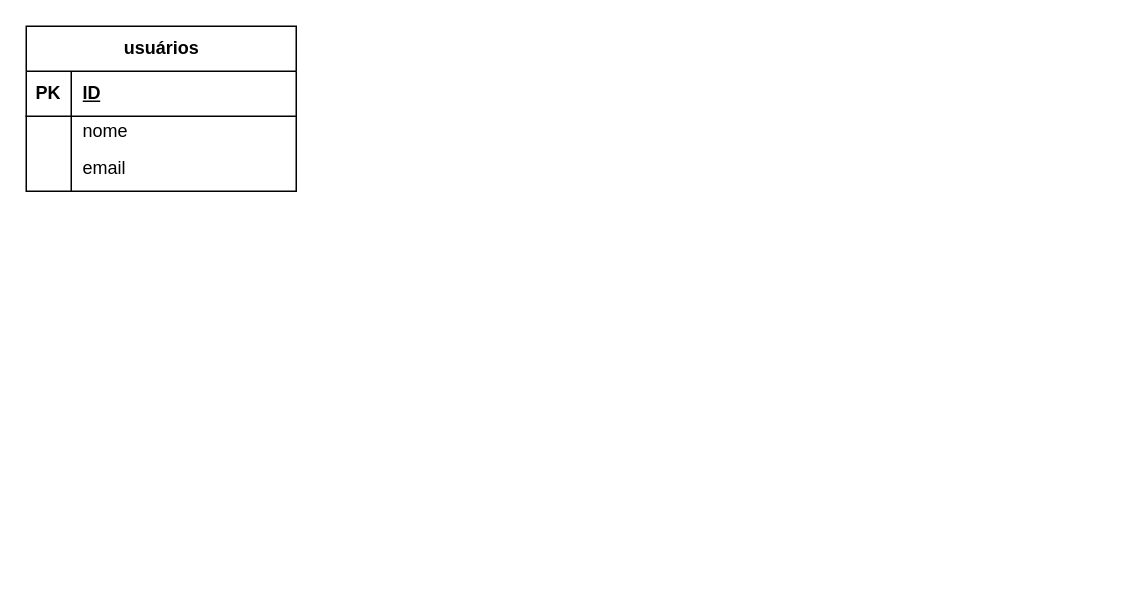
The draw.io diagram Diagrama sem nome.drawio in ktyTaii/Front-end, before the edit. Source tidied: cells renumbered, new cells numbered last; positions are measured from the earlier drawing's top-left corner, leaving out a move shared by most shapes. Both pictures are drawn from the tidied source at 150%, with x=0, y=0 at pixel (26, 26).
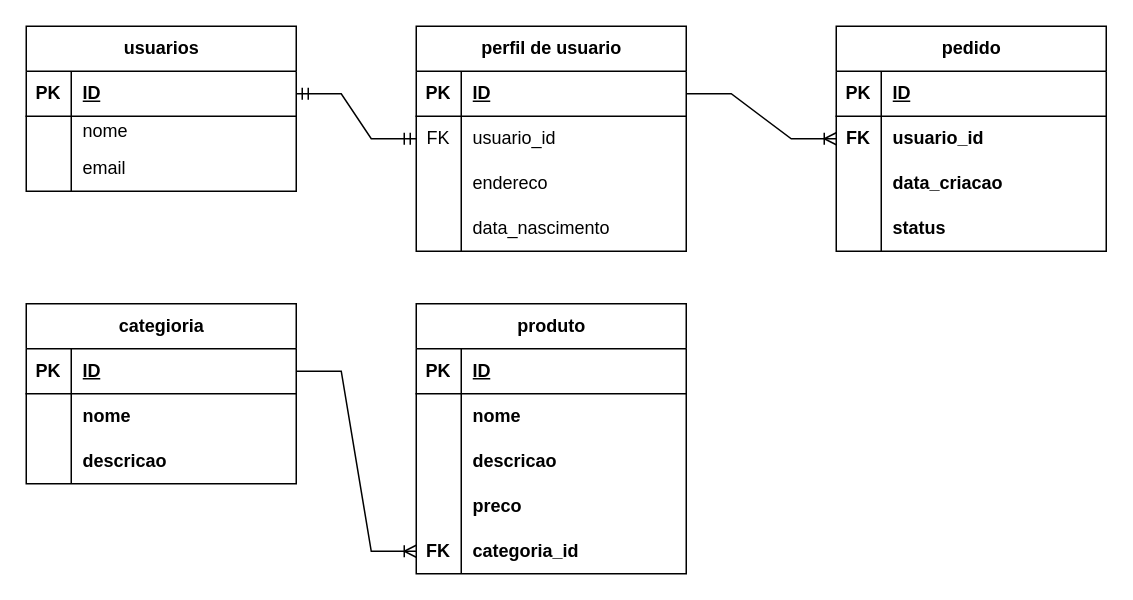
The same diagram, later.

Unchanged cells that the change refers to:
```xml
<mxCell id="3" style="shape=tableRow;horizontal=0;startSize=0;swimlaneHead=0;swimlaneBody=0;fillColor=none;points=[[0,0.5],[1,0.5]];portConstraint=eastwest;top=0;left=0;right=0;bottom=1;" parent="2" vertex="1">
  <mxGeometry y="30" width="180" height="30" as="geometry" />
</mxCell>
```

What changed in the source:
```diff
@@
-    <mxCell id="2" value="usuários" style="shape=table;startSize=30;childLayout=tableLayout;rowLines=0;fontStyle=1;align=center;html=1;" parent="1" vertex="1">
+    <mxCell id="2" value="usuarios" style="shape=table;startSize=30;childLayout=tableLayout;rowLines=0;fontStyle=1;align=center;html=1;" parent="1" vertex="1">
       <mxGeometry width="180" height="110" as="geometry" />
     </mxCell>
@@
+    <mxCell id="12" value="perfil de usuario" style="shape=table;startSize=30;childLayout=tableLayout;rowLines=0;fontStyle=1;align=center;html=1;" parent="1" vertex="1">
+      <mxGeometry x="260" width="180" height="150" as="geometry" />
+    </mxCell>
+    <mxCell id="13" style="shape=tableRow;horizontal=0;startSize=0;swimlaneHead=0;swimlaneBody=0;fillColor=none;points=[[0,0.5],[1,0.5]];portConstraint=eastwest;top=0;left=0;right=0;bottom=1;" parent="12" vertex="1">
+      <mxGeometry y="30" width="180" height="30" as="geometry" />
+    </mxCell>
+    <mxCell id="14" value="PK" style="shape=partialRectangle;fillColor=none;top=0;left=0;bottom=0;right=0;fontStyle=1;overflow=hidden;whiteSpace=wrap;html=1;" parent="13" vertex="1">
+      <mxGeometry width="30" height="30" as="geometry" />
+    </mxCell>
+    <mxCell id="15" value="ID" style="shape=partialRectangle;fillColor=none;top=0;left=0;bottom=0;right=0;align=left;spacingLeft=6;fontStyle=5;overflow=hidden;whiteSpace=wrap;html=1;" parent="13" vertex="1">
+      <mxGeometry x="30" width="150" height="30" as="geometry" />
+    </mxCell>
+    <mxCell id="16" style="shape=tableRow;horizontal=0;startSize=0;swimlaneHead=0;swimlaneBody=0;fillColor=none;top=0;left=0;right=0;bottom=0;" parent="12" vertex="1">
+      <mxGeometry y="60" width="180" height="30" as="geometry" />
+    </mxCell>
+    <mxCell id="17" value="FK" style="shape=partialRectangle;fillColor=none;top=0;left=0;bottom=0;right=0;overflow=hidden;whiteSpace=wrap;html=1;" parent="16" vertex="1">
+      <mxGeometry width="30" height="30" as="geometry" />
+    </mxCell>
+    <mxCell id="18" value="usuario_id" style="shape=partialRectangle;fillColor=none;top=0;left=0;bottom=0;right=0;align=left;spacingLeft=6;overflow=hidden;whiteSpace=wrap;html=1;" parent="16" vertex="1">
+      <mxGeometry x="30" width="150" height="30" as="geometry" />
+    </mxCell>
+    <mxCell id="19" style="shape=tableRow;horizontal=0;startSize=0;swimlaneHead=0;swimlaneBody=0;fillColor=none;top=0;left=0;right=0;bottom=0;" parent="12" vertex="1">
+      <mxGeometry y="90" width="180" height="30" as="geometry" />
+    </mxCell>
+    <mxCell id="20" style="shape=partialRectangle;fillColor=none;top=0;left=0;bottom=0;right=0;overflow=hidden;whiteSpace=wrap;html=1;" parent="19" vertex="1">
+      <mxGeometry width="30" height="30" as="geometry" />
+    </mxCell>
+    <mxCell id="21" value="endereco" style="shape=partialRectangle;fillColor=none;top=0;left=0;bottom=0;right=0;align=left;spacingLeft=6;overflow=hidden;whiteSpace=wrap;html=1;" parent="19" vertex="1">
+      <mxGeometry x="30" width="150" height="30" as="geometry" />
+    </mxCell>
+    <mxCell id="22" style="shape=tableRow;horizontal=0;startSize=0;swimlaneHead=0;swimlaneBody=0;fillColor=none;top=0;left=0;right=0;bottom=0;" parent="12" vertex="1">
+      <mxGeometry y="120" width="180" height="30" as="geometry" />
+    </mxCell>
+    <mxCell id="23" style="shape=partialRectangle;fillColor=none;top=0;left=0;bottom=0;right=0;overflow=hidden;whiteSpace=wrap;html=1;" parent="22" vertex="1">
+      <mxGeometry width="30" height="30" as="geometry" />
+    </mxCell>
+    <mxCell id="24" value="data_nascimento" style="shape=partialRectangle;fillColor=none;top=0;left=0;bottom=0;right=0;align=left;spacingLeft=6;overflow=hidden;whiteSpace=wrap;html=1;" parent="22" vertex="1">
+      <mxGeometry x="30" width="150" height="30" as="geometry" />
+    </mxCell>
+    <mxCell id="25" style="edgeStyle=entityRelationEdgeStyle;fontSize=12;html=1;endArrow=ERmandOne;startArrow=ERmandOne;rounded=0;entryX=0;entryY=0.5;entryDx=0;entryDy=0;exitX=1;exitY=0.5;exitDx=0;exitDy=0;" parent="1" edge="1" source="3" target="12">
+      <mxGeometry relative="1" as="geometry" />
+    </mxCell>
+    <mxCell id="26" value="categioria" style="shape=table;startSize=30;childLayout=tableLayout;rowLines=0;fontStyle=1;align=center;html=1;strokeColor=default;verticalAlign=middle;fontFamily=Helvetica;fontSize=12;fontColor=default;fillColor=default;" parent="1" vertex="1">
+      <mxGeometry y="185" width="180" height="120" as="geometry" />
+    </mxCell>
+    <mxCell id="27" style="shape=tableRow;horizontal=0;startSize=0;swimlaneHead=0;swimlaneBody=0;fillColor=none;points=[[0,0.5],[1,0.5]];portConstraint=eastwest;top=0;left=0;right=0;bottom=1;strokeColor=default;align=center;verticalAlign=middle;fontFamily=Helvetica;fontSize=12;fontColor=default;fontStyle=1;" parent="26" vertex="1">
+      <mxGeometry y="30" width="180" height="30" as="geometry" />
+    </mxCell>
+    <mxCell id="28" value="PK" style="shape=partialRectangle;fillColor=none;top=0;left=0;bottom=0;right=0;fontStyle=1;overflow=hidden;whiteSpace=wrap;html=1;strokeColor=default;align=center;verticalAlign=middle;fontFamily=Helvetica;fontSize=12;fontColor=default;" parent="27" vertex="1">
+      <mxGeometry width="30" height="30" as="geometry" />
+    </mxCell>
+    <mxCell id="29" value="ID" style="shape=partialRectangle;fillColor=none;top=0;left=0;bottom=0;right=0;align=left;spacingLeft=6;fontStyle=5;overflow=hidden;whiteSpace=wrap;html=1;strokeColor=default;verticalAlign=middle;fontFamily=Helvetica;fontSize=12;fontColor=default;" parent="27" vertex="1">
+      <mxGeometry x="30" width="150" height="30" as="geometry" />
+    </mxCell>
+    <mxCell id="30" style="shape=tableRow;horizontal=0;startSize=0;swimlaneHead=0;swimlaneBody=0;fillColor=none;top=0;left=0;right=0;bottom=0;strokeColor=default;align=center;verticalAlign=middle;fontFamily=Helvetica;fontSize=12;fontColor=default;fontStyle=1;" parent="26" vertex="1">
+      <mxGeometry y="60" width="180" height="30" as="geometry" />
+    </mxCell>
+    <mxCell id="31" style="shape=partialRectangle;fillColor=none;top=0;left=0;bottom=0;right=0;overflow=hidden;whiteSpace=wrap;html=1;strokeColor=default;align=center;verticalAlign=middle;fontFamily=Helvetica;fontSize=12;fontColor=default;fontStyle=1;" parent="30" vertex="1">
+      <mxGeometry width="30" height="30" as="geometry" />
+    </mxCell>
+    <mxCell id="32" value="nome" style="shape=partialRectangle;fillColor=none;top=0;left=0;bottom=0;right=0;align=left;spacingLeft=6;overflow=hidden;whiteSpace=wrap;html=1;strokeColor=default;verticalAlign=middle;fontFamily=Helvetica;fontSize=12;fontColor=default;fontStyle=1;" parent="30" vertex="1">
+      <mxGeometry x="30" width="150" height="30" as="geometry" />
+    </mxCell>
+    <mxCell id="33" style="shape=tableRow;horizontal=0;startSize=0;swimlaneHead=0;swimlaneBody=0;fillColor=none;top=0;left=0;right=0;bottom=0;strokeColor=default;align=center;verticalAlign=middle;fontFamily=Helvetica;fontSize=12;fontColor=default;fontStyle=1;" parent="26" vertex="1">
+      <mxGeometry y="90" width="180" height="30" as="geometry" />
+    </mxCell>
+    <mxCell id="34" style="shape=partialRectangle;fillColor=none;top=0;left=0;bottom=0;right=0;overflow=hidden;whiteSpace=wrap;html=1;strokeColor=default;align=center;verticalAlign=middle;fontFamily=Helvetica;fontSize=12;fontColor=default;fontStyle=1;" parent="33" vertex="1">
+      <mxGeometry width="30" height="30" as="geometry" />
+    </mxCell>
+    <mxCell id="35" value="descricao" style="shape=partialRectangle;fillColor=none;top=0;left=0;bottom=0;right=0;align=left;spacingLeft=6;overflow=hidden;whiteSpace=wrap;html=1;strokeColor=default;verticalAlign=middle;fontFamily=Helvetica;fontSize=12;fontColor=default;fontStyle=1;" parent="33" vertex="1">
+      <mxGeometry x="30" width="150" height="30" as="geometry" />
+    </mxCell>
+    <mxCell id="36" value="produto" style="shape=table;startSize=30;childLayout=tableLayout;rowLines=0;fontStyle=1;align=center;html=1;strokeColor=default;verticalAlign=middle;fontFamily=Helvetica;fontSize=12;fontColor=default;fillColor=default;" parent="1" vertex="1">
+      <mxGeometry x="260" y="185" width="180" height="180" as="geometry" />
+    </mxCell>
+    <mxCell id="37" style="shape=tableRow;horizontal=0;startSize=0;swimlaneHead=0;swimlaneBody=0;fillColor=none;top=0;left=0;right=0;bottom=1;strokeColor=default;align=center;verticalAlign=middle;fontFamily=Helvetica;fontSize=12;fontColor=default;fontStyle=1;" parent="36" vertex="1">
+      <mxGeometry y="30" width="180" height="30" as="geometry" />
+    </mxCell>
+    <mxCell id="38" value="PK" style="shape=partialRectangle;fillColor=none;top=0;left=0;bottom=0;right=0;fontStyle=1;overflow=hidden;whiteSpace=wrap;html=1;strokeColor=default;align=center;verticalAlign=middle;fontFamily=Helvetica;fontSize=12;fontColor=default;" parent="37" vertex="1">
+      <mxGeometry width="30" height="30" as="geometry" />
+    </mxCell>
+    <mxCell id="39" value="ID" style="shape=partialRectangle;fillColor=none;top=0;left=0;bottom=0;right=0;align=left;spacingLeft=6;fontStyle=5;overflow=hidden;whiteSpace=wrap;html=1;strokeColor=default;verticalAlign=middle;fontFamily=Helvetica;fontSize=12;fontColor=default;" parent="37" vertex="1">
+      <mxGeometry x="30" width="150" height="30" as="geometry" />
+    </mxCell>
+    <mxCell id="40" style="shape=tableRow;horizontal=0;startSize=0;swimlaneHead=0;swimlaneBody=0;fillColor=none;top=0;left=0;right=0;bottom=0;strokeColor=default;align=center;verticalAlign=middle;fontFamily=Helvetica;fontSize=12;fontColor=default;fontStyle=1;" parent="36" vertex="1">
+      <mxGeometry y="60" width="180" height="30" as="geometry" />
+    </mxCell>
+    <mxCell id="41" style="shape=partialRectangle;fillColor=none;top=0;left=0;bottom=0;right=0;overflow=hidden;whiteSpace=wrap;html=1;strokeColor=default;align=center;verticalAlign=middle;fontFamily=Helvetica;fontSize=12;fontColor=default;fontStyle=1;" parent="40" vertex="1">
+      <mxGeometry width="30" height="30" as="geometry" />
+    </mxCell>
+    <mxCell id="42" value="nome" style="shape=partialRectangle;fillColor=none;top=0;left=0;bottom=0;right=0;align=left;spacingLeft=6;overflow=hidden;whiteSpace=wrap;html=1;strokeColor=default;verticalAlign=middle;fontFamily=Helvetica;fontSize=12;fontColor=default;fontStyle=1;" parent="40" vertex="1">
+      <mxGeometry x="30" width="150" height="30" as="geometry" />
+    </mxCell>
+    <mxCell id="43" style="shape=tableRow;horizontal=0;startSize=0;swimlaneHead=0;swimlaneBody=0;fillColor=none;top=0;left=0;right=0;bottom=0;strokeColor=default;align=center;verticalAlign=middle;fontFamily=Helvetica;fontSize=12;fontColor=default;fontStyle=1;" parent="36" vertex="1">
+      <mxGeometry y="90" width="180" height="30" as="geometry" />
+    </mxCell>
+    <mxCell id="44" style="shape=partialRectangle;fillColor=none;top=0;left=0;bottom=0;right=0;overflow=hidden;whiteSpace=wrap;html=1;strokeColor=default;align=center;verticalAlign=middle;fontFamily=Helvetica;fontSize=12;fontColor=default;fontStyle=1;" parent="43" vertex="1">
+      <mxGeometry width="30" height="30" as="geometry" />
+    </mxCell>
+    <mxCell id="45" value="descricao" style="shape=partialRectangle;fillColor=none;top=0;left=0;bottom=0;right=0;align=left;spacingLeft=6;overflow=hidden;whiteSpace=wrap;html=1;strokeColor=default;verticalAlign=middle;fontFamily=Helvetica;fontSize=12;fontColor=default;fontStyle=1;" parent="43" vertex="1">
+      <mxGeometry x="30" width="150" height="30" as="geometry" />
+    </mxCell>
+    <mxCell id="46" style="shape=tableRow;horizontal=0;startSize=0;swimlaneHead=0;swimlaneBody=0;fillColor=none;top=0;left=0;right=0;bottom=0;strokeColor=default;align=center;verticalAlign=middle;fontFamily=Helvetica;fontSize=12;fontColor=default;fontStyle=1;" parent="36" vertex="1">
+      <mxGeometry y="120" width="180" height="30" as="geometry" />
+    </mxCell>
+    <mxCell id="47" style="shape=partialRectangle;fillColor=none;top=0;left=0;bottom=0;right=0;overflow=hidden;whiteSpace=wrap;html=1;strokeColor=default;align=center;verticalAlign=middle;fontFamily=Helvetica;fontSize=12;fontColor=default;fontStyle=1;" parent="46" vertex="1">
+      <mxGeometry width="30" height="30" as="geometry" />
+    </mxCell>
+    <mxCell id="48" value="preco" style="shape=partialRectangle;fillColor=none;top=0;left=0;bottom=0;right=0;align=left;spacingLeft=6;overflow=hidden;whiteSpace=wrap;html=1;strokeColor=default;verticalAlign=middle;fontFamily=Helvetica;fontSize=12;fontColor=default;fontStyle=1;" parent="46" vertex="1">
+      <mxGeometry x="30" width="150" height="30" as="geometry" />
+    </mxCell>
+    <mxCell id="49" style="shape=tableRow;horizontal=0;startSize=0;swimlaneHead=0;swimlaneBody=0;fillColor=none;points=[[0,0.5],[1,0.5]];portConstraint=eastwest;top=0;left=0;right=0;bottom=0;strokeColor=default;align=center;verticalAlign=middle;fontFamily=Helvetica;fontSize=12;fontColor=default;fontStyle=1;" parent="36" vertex="1">
+      <mxGeometry y="150" width="180" height="30" as="geometry" />
+    </mxCell>
+    <mxCell id="50" value="FK" style="shape=partialRectangle;fillColor=none;top=0;left=0;bottom=0;right=0;overflow=hidden;whiteSpace=wrap;html=1;strokeColor=default;align=center;verticalAlign=middle;fontFamily=Helvetica;fontSize=12;fontColor=default;fontStyle=1;" parent="49" vertex="1">
+      <mxGeometry width="30" height="30" as="geometry" />
+    </mxCell>
+    <mxCell id="51" value="categoria_id" style="shape=partialRectangle;fillColor=none;top=0;left=0;bottom=0;right=0;align=left;spacingLeft=6;overflow=hidden;whiteSpace=wrap;html=1;strokeColor=default;verticalAlign=middle;fontFamily=Helvetica;fontSize=12;fontColor=default;fontStyle=1;" parent="49" vertex="1">
+      <mxGeometry x="30" width="150" height="30" as="geometry" />
+    </mxCell>
+    <mxCell id="52" style="edgeStyle=entityRelationEdgeStyle;fontSize=12;html=1;endArrow=ERoneToMany;rounded=0;fontFamily=Helvetica;fontColor=default;fontStyle=1;entryX=0;entryY=0.5;entryDx=0;entryDy=0;exitX=1;exitY=0.5;exitDx=0;exitDy=0;" parent="1" edge="1" source="27" target="49">
+      <mxGeometry relative="1" as="geometry">
+        <Array as="points">
+          <mxPoint x="90" y="345" />
+        </Array>
+      </mxGeometry>
+    </mxCell>
+    <mxCell id="53" value="pedido" style="shape=table;startSize=30;childLayout=tableLayout;rowLines=0;fontStyle=1;align=center;html=1;strokeColor=default;verticalAlign=middle;fontFamily=Helvetica;fontSize=12;fontColor=default;fillColor=default;" parent="1" vertex="1">
+      <mxGeometry x="540" width="180" height="150" as="geometry" />
+    </mxCell>
+    <mxCell id="54" style="shape=tableRow;horizontal=0;startSize=0;swimlaneHead=0;swimlaneBody=0;fillColor=none;top=0;left=0;right=0;bottom=1;strokeColor=default;align=center;verticalAlign=middle;fontFamily=Helvetica;fontSize=12;fontColor=default;fontStyle=1;" parent="53" vertex="1">
+      <mxGeometry y="30" width="180" height="30" as="geometry" />
+    </mxCell>
+    <mxCell id="55" value="PK" style="shape=partialRectangle;fillColor=none;top=0;left=0;bottom=0;right=0;fontStyle=1;overflow=hidden;whiteSpace=wrap;html=1;strokeColor=default;align=center;verticalAlign=middle;fontFamily=Helvetica;fontSize=12;fontColor=default;" parent="54" vertex="1">
+      <mxGeometry width="30" height="30" as="geometry" />
+    </mxCell>
+    <mxCell id="56" value="ID" style="shape=partialRectangle;fillColor=none;top=0;left=0;bottom=0;right=0;align=left;spacingLeft=6;fontStyle=5;overflow=hidden;whiteSpace=wrap;html=1;strokeColor=default;verticalAlign=middle;fontFamily=Helvetica;fontSize=12;fontColor=default;" parent="54" vertex="1">
+      <mxGeometry x="30" width="150" height="30" as="geometry" />
+    </mxCell>
+    <mxCell id="57" style="shape=tableRow;horizontal=0;startSize=0;swimlaneHead=0;swimlaneBody=0;fillColor=none;points=[[0,0.5],[1,0.5]];portConstraint=eastwest;top=0;left=0;right=0;bottom=0;strokeColor=default;align=center;verticalAlign=middle;fontFamily=Helvetica;fontSize=12;fontColor=default;fontStyle=1;" parent="53" vertex="1">
+      <mxGeometry y="60" width="180" height="30" as="geometry" />
+    </mxCell>
+    <mxCell id="58" value="FK" style="shape=partialRectangle;fillColor=none;top=0;left=0;bottom=0;right=0;overflow=hidden;whiteSpace=wrap;html=1;strokeColor=default;align=center;verticalAlign=middle;fontFamily=Helvetica;fontSize=12;fontColor=default;fontStyle=1;" parent="57" vertex="1">
+      <mxGeometry width="30" height="30" as="geometry" />
+    </mxCell>
+    <mxCell id="59" value="usuario_id" style="shape=partialRectangle;fillColor=none;top=0;left=0;bottom=0;right=0;align=left;spacingLeft=6;overflow=hidden;whiteSpace=wrap;html=1;strokeColor=default;verticalAlign=middle;fontFamily=Helvetica;fontSize=12;fontColor=default;fontStyle=1;" parent="57" vertex="1">
+      <mxGeometry x="30" width="150" height="30" as="geometry" />
+    </mxCell>
+    <mxCell id="60" style="shape=tableRow;horizontal=0;startSize=0;swimlaneHead=0;swimlaneBody=0;fillColor=none;top=0;left=0;right=0;bottom=0;strokeColor=default;align=center;verticalAlign=middle;fontFamily=Helvetica;fontSize=12;fontColor=default;fontStyle=1;" parent="53" vertex="1">
+      <mxGeometry y="90" width="180" height="30" as="geometry" />
+    </mxCell>
+    <mxCell id="61" style="shape=partialRectangle;fillColor=none;top=0;left=0;bottom=0;right=0;overflow=hidden;whiteSpace=wrap;html=1;strokeColor=default;align=center;verticalAlign=middle;fontFamily=Helvetica;fontSize=12;fontColor=default;fontStyle=1;" parent="60" vertex="1">
+      <mxGeometry width="30" height="30" as="geometry" />
+    </mxCell>
+    <mxCell id="62" value="data_criacao" style="shape=partialRectangle;fillColor=none;top=0;left=0;bottom=0;right=0;align=left;spacingLeft=6;overflow=hidden;whiteSpace=wrap;html=1;strokeColor=default;verticalAlign=middle;fontFamily=Helvetica;fontSize=12;fontColor=default;fontStyle=1;" parent="60" vertex="1">
+      <mxGeometry x="30" width="150" height="30" as="geometry" />
+    </mxCell>
+    <mxCell id="63" style="shape=tableRow;horizontal=0;startSize=0;swimlaneHead=0;swimlaneBody=0;fillColor=none;top=0;left=0;right=0;bottom=0;strokeColor=default;align=center;verticalAlign=middle;fontFamily=Helvetica;fontSize=12;fontColor=default;fontStyle=1;" parent="53" vertex="1">
+      <mxGeometry y="120" width="180" height="30" as="geometry" />
+    </mxCell>
+    <mxCell id="64" style="shape=partialRectangle;fillColor=none;top=0;left=0;bottom=0;right=0;overflow=hidden;whiteSpace=wrap;html=1;strokeColor=default;align=center;verticalAlign=middle;fontFamily=Helvetica;fontSize=12;fontColor=default;fontStyle=1;" parent="63" vertex="1">
+      <mxGeometry width="30" height="30" as="geometry" />
+    </mxCell>
+    <mxCell id="65" value="status" style="shape=partialRectangle;fillColor=none;top=0;left=0;bottom=0;right=0;align=left;spacingLeft=6;overflow=hidden;whiteSpace=wrap;html=1;strokeColor=default;verticalAlign=middle;fontFamily=Helvetica;fontSize=12;fontColor=default;fontStyle=1;" parent="63" vertex="1">
+      <mxGeometry x="30" width="150" height="30" as="geometry" />
+    </mxCell>
+    <mxCell id="66" style="edgeStyle=entityRelationEdgeStyle;fontSize=12;html=1;endArrow=ERoneToMany;rounded=0;fontFamily=Helvetica;fontColor=default;fontStyle=1;entryX=0;entryY=0.5;entryDx=0;entryDy=0;exitX=1;exitY=0.5;exitDx=0;exitDy=0;" parent="1" edge="1" source="13" target="57">
+      <mxGeometry relative="1" as="geometry" />
+    </mxCell>
```
